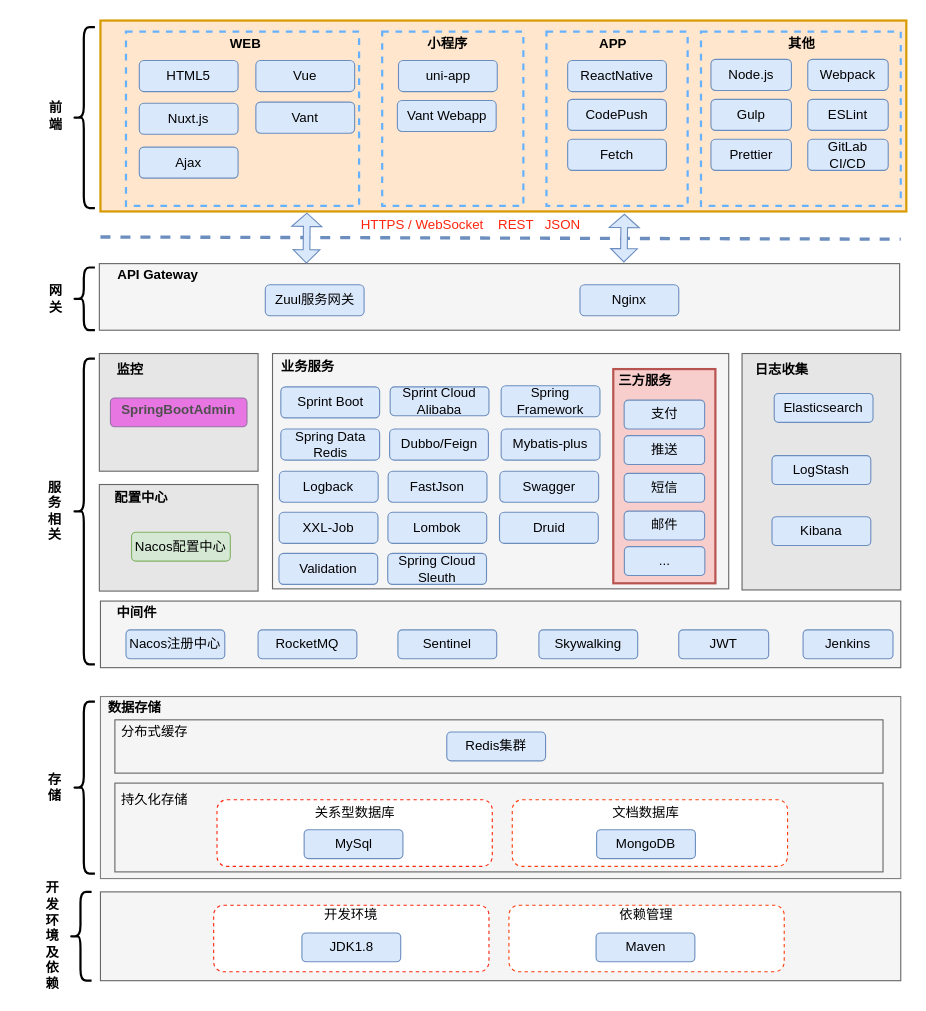
The draw.io diagram 汽车公司技术架构图-new.drawio in ammengke/my-drawio, before the edit. Source tidied: cells renumbered, new cells numbered last; positions are measured from the earlier drawing's top-left corner, leaving out a move shared by most shapes. Both pictures are drawn from the tidied source at 111%, with x=0, y=0 at pixel (19, 20).
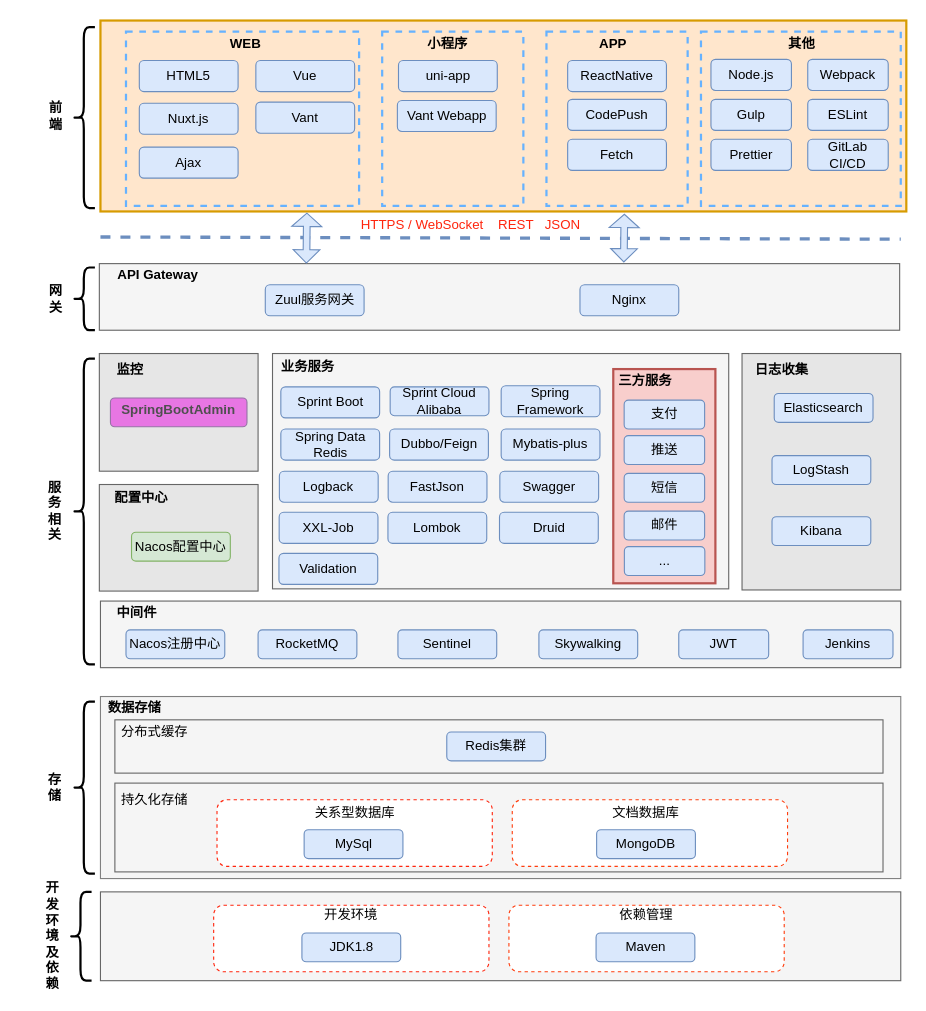
After the change.

Commit message:
Update 汽车公司技术架构图-new.drawio

What changed in the source:
```diff
@@
-    <mxCell id="52" value="Spring Cloud Sleuth" style="rounded=1;whiteSpace=wrap;html=1;strokeColor=#6c8ebf;fillColor=#dae8fc;fontFamily=Helvetica;" parent="1" vertex="1">
-      <mxGeometry x="331.8" y="480" width="89" height="28" as="geometry" />
-    </mxCell>
```
